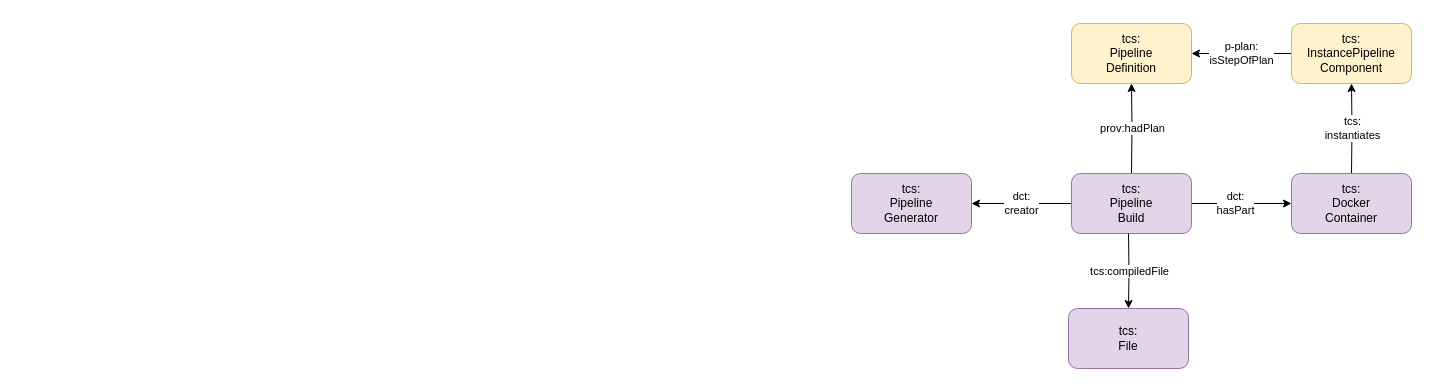
Above: page "Pipeline Generator" (2 of 4) of semantic model/diagrams/diagrams.drawio in thcarsten/toolchain-specification (draw.io), before the change. Source tidied: cells renumbered, new cells numbered last; positions are measured from the earlier drawing's top-left corner, leaving out a move shared by most shapes. Both pictures are drawn from the tidied source at 100%, with x=0, y=0 at pixel (851, 23).
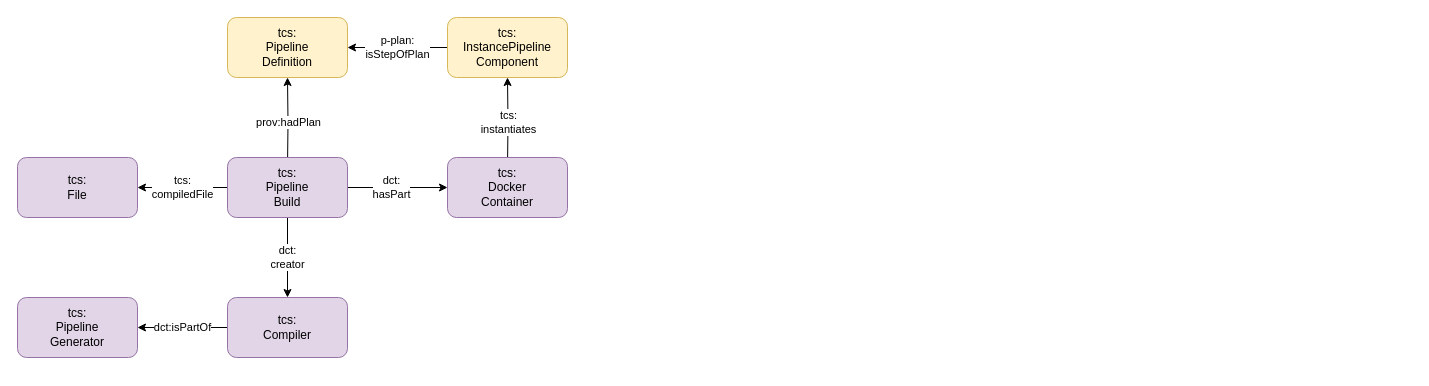
Above is the later version.

The edit, as a diff of the source:
```diff
@@
 <mxGraphModel>
   <root>
     <mxCell id="0" />
     <mxCell id="1" parent="0" />
     <mxCell id="2" value="prov:hadPlan" style="edgeStyle=orthogonalEdgeStyle;rounded=0;jettySize=auto;html=1;exitX=0.5;exitY=0;exitDx=0;exitDy=0;entryX=0.5;entryY=1;entryDx=0;entryDy=0;" parent="1" edge="1" target="4">
       <mxGeometry relative="1" as="geometry">
-        <mxPoint x="280" y="150" as="sourcePoint" />
+        <mxPoint x="-564" y="144" as="sourcePoint" />
       </mxGeometry>
     </mxCell>
     <mxCell id="3" value="tcs:&lt;div&gt;instantiates&lt;/div&gt;" style="edgeStyle=orthogonalEdgeStyle;rounded=0;jettySize=auto;html=1;exitX=0.5;exitY=0;exitDx=0;exitDy=0;entryX=0.5;entryY=1;entryDx=0;entryDy=0;" parent="1" edge="1" target="6">
       <mxGeometry relative="1" as="geometry">
-        <mxPoint x="500" y="150" as="sourcePoint" />
+        <mxPoint x="-344" y="144" as="sourcePoint" />
       </mxGeometry>
     </mxCell>
     <mxCell id="4" value="tcs:&lt;div&gt;Pipeline&lt;div&gt;Definition&lt;/div&gt;&lt;/div&gt;" style="rounded=1;whiteSpace=wrap;html=1;fillColor=#fff2cc;strokeColor=#d6b656;" parent="1" vertex="1">
-      <mxGeometry x="220" width="120" height="60" as="geometry" />
+      <mxGeometry x="-624" y="-6" width="120" height="60" as="geometry" />
     </mxCell>
     <mxCell id="5" value="p-plan:&lt;div&gt;isStepOfPlan&lt;/div&gt;" style="edgeStyle=orthogonalEdgeStyle;rounded=0;jettySize=auto;html=1;exitX=0;exitY=0.5;exitDx=0;exitDy=0;entryX=1;entryY=0.5;entryDx=0;entryDy=0;" parent="1" edge="1" source="6" target="4">
       <mxGeometry relative="1" as="geometry" />
     </mxCell>
     <mxCell id="6" value="&lt;span style=&quot;background-color: transparent; color: light-dark(rgb(0, 0, 0), rgb(255, 255, 255));&quot;&gt;tcs:&lt;/span&gt;&lt;div&gt;&lt;span&gt;InstancePipeline&lt;/span&gt;&lt;div&gt;&lt;span&gt;Component&lt;/span&gt;&lt;span style=&quot;background-color: transparent; color: light-dark(rgb(0, 0, 0), rgb(255, 255, 255));&quot;&gt;&lt;br&gt;&lt;/span&gt;&lt;/div&gt;&lt;/div&gt;" style="rounded=1;whiteSpace=wrap;html=1;fillColor=#fff2cc;strokeColor=#d6b656;" parent="1" vertex="1">
-      <mxGeometry x="440" width="120" height="60" as="geometry" />
+      <mxGeometry x="-404" y="-6" width="120" height="60" as="geometry" />
     </mxCell>
+    <mxCell id="8" value="dct:&lt;div&gt;hasPart&lt;/div&gt;" style="edgeStyle=orthogonalEdgeStyle;rounded=0;jettySize=auto;html=1;exitX=1;exitY=0.5;exitDx=0;exitDy=0;" parent="1" edge="1" source="9" target="10">
+      <mxGeometry x="-0.13" relative="1" as="geometry" />
+    </mxCell>
+    <mxCell id="14" value="tcs:&lt;div&gt;compiledFile&lt;/div&gt;" style="edgeStyle=orthogonalEdgeStyle;rounded=0;jettySize=auto;html=1;exitX=0;exitY=0.5;exitDx=0;exitDy=0;" parent="1" edge="1" source="9" target="13">
+      <mxGeometry relative="1" as="geometry" />
+    </mxCell>
-    <mxCell id="7" value="dct:&lt;div&gt;creator&lt;/div&gt;" style="edgeStyle=orthogonalEdgeStyle;rounded=0;jettySize=auto;html=1;exitX=0;exitY=0.5;exitDx=0;exitDy=0;entryX=1;entryY=0.5;entryDx=0;entryDy=0;" parent="1" edge="1" source="9" target="11">
+    <mxCell id="7" value="dct:&lt;div&gt;creator&lt;/div&gt;" style="edgeStyle=orthogonalEdgeStyle;rounded=0;jettySize=auto;html=1;exitX=0.5;exitY=1;exitDx=0;exitDy=0;" parent="1" edge="1" source="9" target="16">
       <mxGeometry relative="1" as="geometry" />
     </mxCell>
-    <mxCell id="8" value="dct:&lt;div&gt;hasPart&lt;/div&gt;" style="edgeStyle=orthogonalEdgeStyle;rounded=0;jettySize=auto;html=1;exitX=1;exitY=0.5;exitDx=0;exitDy=0;" parent="1" edge="1" source="9" target="10">
-      <mxGeometry x="-0.13" relative="1" as="geometry" />
-    </mxCell>
     <mxCell id="9" value="tcs:&lt;div&gt;Pipeline&lt;div&gt;Build&lt;/div&gt;&lt;/div&gt;" style="rounded=1;whiteSpace=wrap;html=1;fillColor=#e1d5e7;strokeColor=#9673a6;" parent="1" vertex="1">
-      <mxGeometry x="220" y="150" width="120" height="60" as="geometry" />
+      <mxGeometry x="-624" y="134" width="120" height="60" as="geometry" />
     </mxCell>
     <mxCell id="10" value="tcs:&lt;div&gt;Docker&lt;div&gt;Container&lt;/div&gt;&lt;/div&gt;" style="rounded=1;whiteSpace=wrap;html=1;fillColor=#e1d5e7;strokeColor=#9673a6;" parent="1" vertex="1">
-      <mxGeometry x="440" y="150" width="120" height="60" as="geometry" />
+      <mxGeometry x="-404" y="134" width="120" height="60" as="geometry" />
     </mxCell>
     <mxCell id="11" value="tcs:&lt;div&gt;Pipeline&lt;div&gt;Generator&lt;/div&gt;&lt;/div&gt;" style="rounded=1;whiteSpace=wrap;html=1;fillColor=#e1d5e7;strokeColor=#9673a6;" parent="1" vertex="1">
-      <mxGeometry y="150" width="120" height="60" as="geometry" />
+      <mxGeometry x="-834" y="274" width="120" height="60" as="geometry" />
     </mxCell>
-    <mxCell id="12" value="tcs:compiledFile" style="edgeStyle=orthogonalEdgeStyle;rounded=0;jettySize=auto;html=1;exitX=0.5;exitY=1;exitDx=0;exitDy=0;entryX=0.5;entryY=0;entryDx=0;entryDy=0;" parent="1" edge="1" target="13">
-      <mxGeometry relative="1" as="geometry">
-        <mxPoint x="277" y="210" as="sourcePoint" />
-      </mxGeometry>
-    </mxCell>
     <mxCell id="13" value="tcs:&lt;div&gt;File&lt;/div&gt;" style="rounded=1;whiteSpace=wrap;html=1;fillColor=#e1d5e7;strokeColor=#9673a6;" parent="1" vertex="1">
-      <mxGeometry x="217" y="285" width="120" height="60" as="geometry" />
+      <mxGeometry x="-834" y="134" width="120" height="60" as="geometry" />
     </mxCell>
+    <mxCell id="15" value="dct:isPartOf" style="edgeStyle=orthogonalEdgeStyle;rounded=0;jettySize=auto;html=1;exitX=0;exitY=0.5;exitDx=0;exitDy=0;" parent="1" edge="1" source="16" target="11">
+      <mxGeometry relative="1" as="geometry" />
+    </mxCell>
+    <mxCell id="16" value="tcs:&lt;div&gt;Compiler&lt;/div&gt;" style="rounded=1;whiteSpace=wrap;html=1;fillColor=#e1d5e7;strokeColor=#9673a6;" parent="1" vertex="1">
+      <mxGeometry x="-624" y="274" width="120" height="60" as="geometry" />
+    </mxCell>
   </root>
 </mxGraphModel>
```
